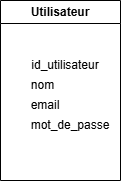
This is MCD.png from Guilyane/DWWM-blog, a draw.io export, as it was before one commit. Source tidied: cells renumbered, new cells last; positions are measured from the earlier drawing's top-left corner, leaving out a move shared by most shapes. Its diagram source:
```xml
<mxGraphModel>
  <root>
    <mxCell id="0" />
    <mxCell id="1" parent="0" />
    <mxCell id="2" value="Utilisateur" style="swimlane;whiteSpace=wrap;html=1;" parent="1" vertex="1">
      <mxGeometry width="120" height="180" as="geometry" />
    </mxCell>
    <mxCell id="3" value="nom" style="text;html=1;whiteSpace=wrap;strokeColor=none;fillColor=none;align=center;verticalAlign=middle;rounded=0;" parent="2" vertex="1">
      <mxGeometry x="10" y="70" width="65" height="30" as="geometry" />
    </mxCell>
    <mxCell id="4" value="id_utilisateur" style="text;html=1;whiteSpace=wrap;strokeColor=none;fillColor=none;align=center;verticalAlign=middle;rounded=0;" parent="2" vertex="1">
      <mxGeometry x="30" y="50" width="70" height="30" as="geometry" />
    </mxCell>
    <mxCell id="5" value="email" style="text;html=1;whiteSpace=wrap;strokeColor=none;fillColor=none;align=center;verticalAlign=middle;rounded=0;" parent="2" vertex="1">
      <mxGeometry x="10" y="90" width="70" height="30" as="geometry" />
    </mxCell>
    <mxCell id="6" value="mot_de_passe" style="text;html=1;whiteSpace=wrap;strokeColor=none;fillColor=none;align=center;verticalAlign=middle;rounded=0;" parent="2" vertex="1">
      <mxGeometry x="30" y="110" width="80" height="30" as="geometry" />
    </mxCell>
  </root>
</mxGraphModel>
```
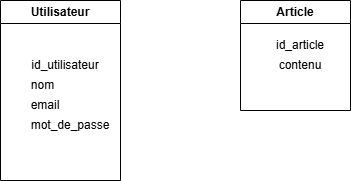
After the change.

The edit, as a diff of the source:
```diff
@@ -17,5 +17,14 @@
     <mxCell id="6" value="mot_de_passe" style="text;html=1;whiteSpace=wrap;strokeColor=none;fillColor=none;align=center;verticalAlign=middle;rounded=0;" parent="2" vertex="1">
       <mxGeometry x="30" y="110" width="80" height="30" as="geometry" />
     </mxCell>
+    <mxCell id="7" value="Article" style="swimlane;whiteSpace=wrap;html=1;" parent="1" vertex="1">
+      <mxGeometry x="240" width="110" height="110" as="geometry" />
+    </mxCell>
+    <mxCell id="8" value="id_article" style="text;html=1;whiteSpace=wrap;strokeColor=none;fillColor=none;align=center;verticalAlign=middle;rounded=0;" parent="7" vertex="1">
+      <mxGeometry x="30" y="30" width="60" height="30" as="geometry" />
+    </mxCell>
+    <mxCell id="9" value="contenu" style="text;html=1;whiteSpace=wrap;strokeColor=none;fillColor=none;align=center;verticalAlign=middle;rounded=0;" parent="7" vertex="1">
+      <mxGeometry x="30" y="50" width="60" height="30" as="geometry" />
+    </mxCell>
   </root>
 </mxGraphModel>
```
